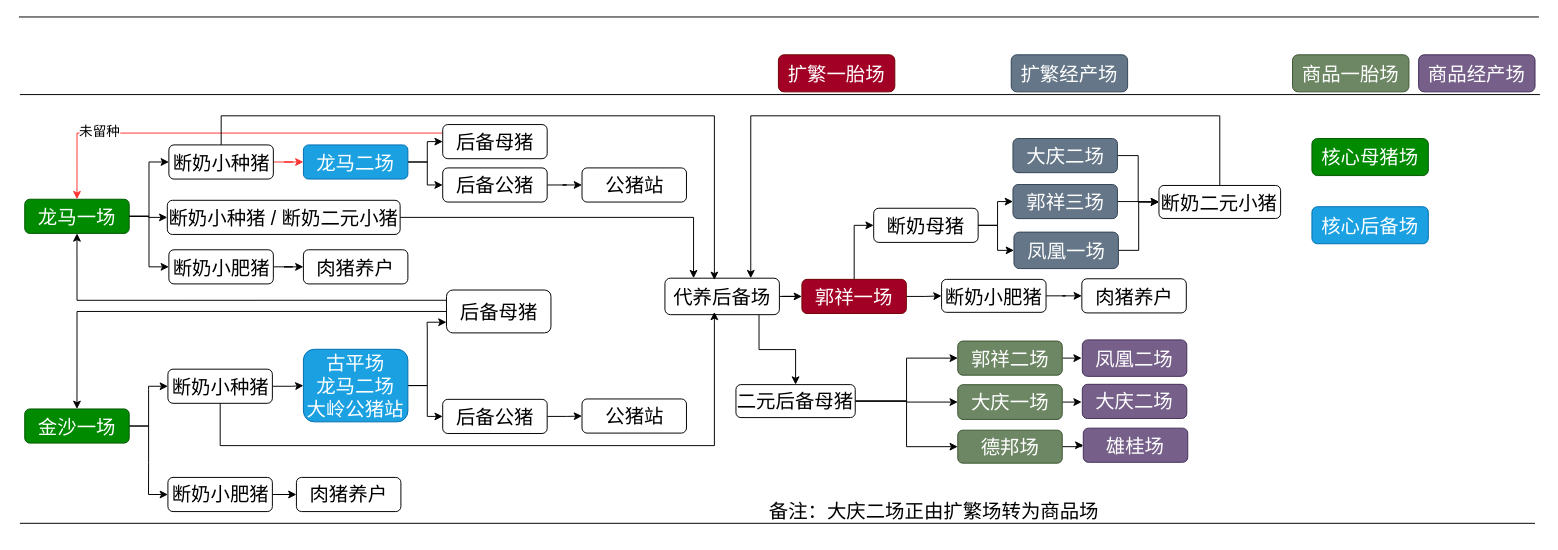
Earlier version of the draw.io diagram 体系规划.drawio (tony2015116/flowchart). Source tidied: cells renumbered, new cells numbered last; positions are measured from the earlier drawing's top-left corner, leaving out a move shared by most shapes. Both pictures are drawn from the tidied source at 97%, with x=0, y=0 at pixel (18, 16).
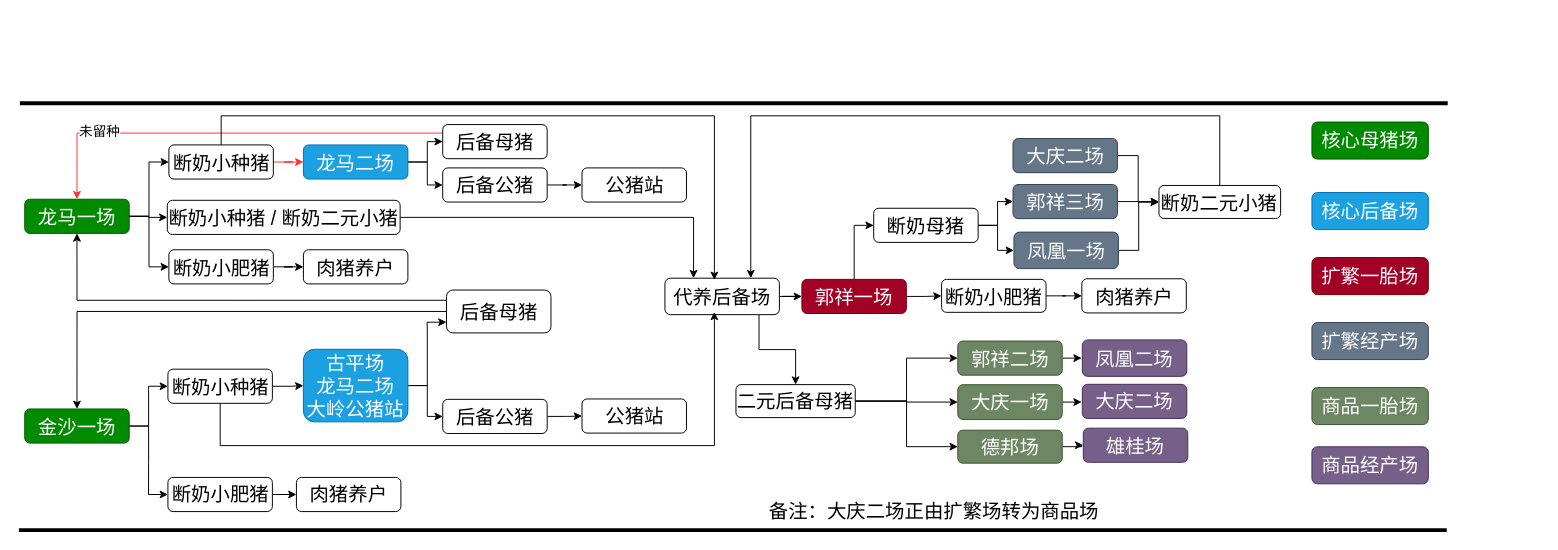
The same page after the edit.

Commit message:
更新体系规划7.drawio

The change refers to these unchanged cells:
```xml
<mxCell id="3" style="group;fontSize=20;" parent="1" vertex="1">
  <mxGeometry x="6" y="64.9" width="1544" height="451.2" as="geometry" />
</mxCell>
```

Change to the diagram source:
```diff
@@
-    <mxCell id="2" style="endArrow=none;html=1;rounded=0;fontSize=20;" parent="1" edge="1">
-      <mxGeometry relative="1" as="geometry">
-        <mxPoint x="1" y="522" as="sourcePoint" />
-        <mxPoint x="1563" y="522" as="targetPoint" />
-      </mxGeometry>
-    </mxCell>
@@
-    <mxCell id="63" style="endArrow=none;html=1;rounded=0;fontSize=20;" parent="3" edge="1">
+    <mxCell id="63" style="endArrow=none;html=1;rounded=0;fontSize=20;strokeWidth=4;" parent="3" edge="1">
       <mxGeometry relative="1" as="geometry">
-        <mxPoint x="-5" y="15.1" as="sourcePoint" />
-        <mxPoint x="1562" y="15.1" as="targetPoint" />
+        <mxPoint x="-5" y="24.1" as="sourcePoint" />
+        <mxPoint x="1467" y="24.1" as="targetPoint" />
       </mxGeometry>
     </mxCell>
     <mxCell id="64" value="核心后备场" style="rounded=1;whiteSpace=wrap;html=1;fontSize=20;fillColor=#1ba1e2;fontColor=#ffffff;strokeColor=#006EAF;" parent="3" vertex="1">
-      <mxGeometry x="1327" y="130.7" width="120" height="38.2" as="geometry" />
+      <mxGeometry x="1327" y="116.1" width="120" height="38.2" as="geometry" />
     </mxCell>
@@
     <mxCell id="76" value="核心母猪场" style="rounded=1;whiteSpace=wrap;html=1;fontSize=20;fillColor=#008a00;fontColor=#ffffff;strokeColor=#005700;" parent="3" vertex="1">
-      <mxGeometry x="1327" y="60.4" width="120" height="38.2" as="geometry" />
+      <mxGeometry x="1327" y="43.4" width="120" height="38.2" as="geometry" />
     </mxCell>
-    <mxCell id="77" value="扩繁一胎场" style="rounded=1;whiteSpace=wrap;html=1;fontSize=20;fillColor=#a20025;fontColor=#ffffff;strokeColor=#6F0000;" parent="1" vertex="1">
-      <mxGeometry x="783" y="39" width="120" height="38.2" as="geometry" />
+    <mxCell id="77" value="扩繁一胎场" style="rounded=1;whiteSpace=wrap;html=1;fontSize=20;fillColor=#a20025;fontColor=#ffffff;strokeColor=#6F0000;" parent="3" vertex="1">
+      <mxGeometry x="1327" y="183.1" width="120" height="38.2" as="geometry" />
     </mxCell>
-    <mxCell id="78" value="扩繁经产场" style="rounded=1;whiteSpace=wrap;html=1;fontSize=20;fillColor=#647687;fontColor=#ffffff;strokeColor=#314354;" parent="1" vertex="1">
-      <mxGeometry x="1023" y="39" width="120" height="38.2" as="geometry" />
+    <mxCell id="78" value="扩繁经产场" style="rounded=1;whiteSpace=wrap;html=1;fontSize=20;fillColor=#647687;fontColor=#ffffff;strokeColor=#314354;" parent="3" vertex="1">
+      <mxGeometry x="1327" y="250.1" width="120" height="38.2" as="geometry" />
     </mxCell>
-    <mxCell id="79" value="商品一胎场" style="rounded=1;whiteSpace=wrap;html=1;fontSize=20;fillColor=#6d8764;fontColor=#ffffff;strokeColor=#3A5431;" parent="1" vertex="1">
-      <mxGeometry x="1313" y="39" width="120" height="38.2" as="geometry" />
+    <mxCell id="79" value="商品一胎场" style="rounded=1;whiteSpace=wrap;html=1;fontSize=20;fillColor=#6d8764;fontColor=#ffffff;strokeColor=#3A5431;" parent="3" vertex="1">
+      <mxGeometry x="1327" y="317.1" width="120" height="38.2" as="geometry" />
     </mxCell>
-    <mxCell id="80" value="商品经产场" style="rounded=1;whiteSpace=wrap;html=1;fontSize=20;fillColor=#76608a;fontColor=#ffffff;strokeColor=#432D57;" parent="1" vertex="1">
-      <mxGeometry x="1443" y="39" width="120" height="38.2" as="geometry" />
+    <mxCell id="80" value="商品经产场" style="rounded=1;whiteSpace=wrap;html=1;fontSize=20;fillColor=#76608a;fontColor=#ffffff;strokeColor=#432D57;" parent="3" vertex="1">
+      <mxGeometry x="1327" y="378.2" width="120" height="38.2" as="geometry" />
     </mxCell>
-    <mxCell id="81" style="endArrow=none;html=1;rounded=0;fontSize=20;" parent="1" edge="1">
-      <mxGeometry relative="1" as="geometry">
-        <mxPoint as="sourcePoint" />
-        <mxPoint x="1567" as="targetPoint" />
-      </mxGeometry>
-    </mxCell>
@@
+    <mxCell id="85" style="endArrow=none;html=1;rounded=0;fontSize=20;strokeWidth=4;" parent="1" edge="1">
+      <mxGeometry relative="1" as="geometry">
+        <mxPoint y="529" as="sourcePoint" />
+        <mxPoint x="1472" y="529" as="targetPoint" />
+      </mxGeometry>
+    </mxCell>
```
